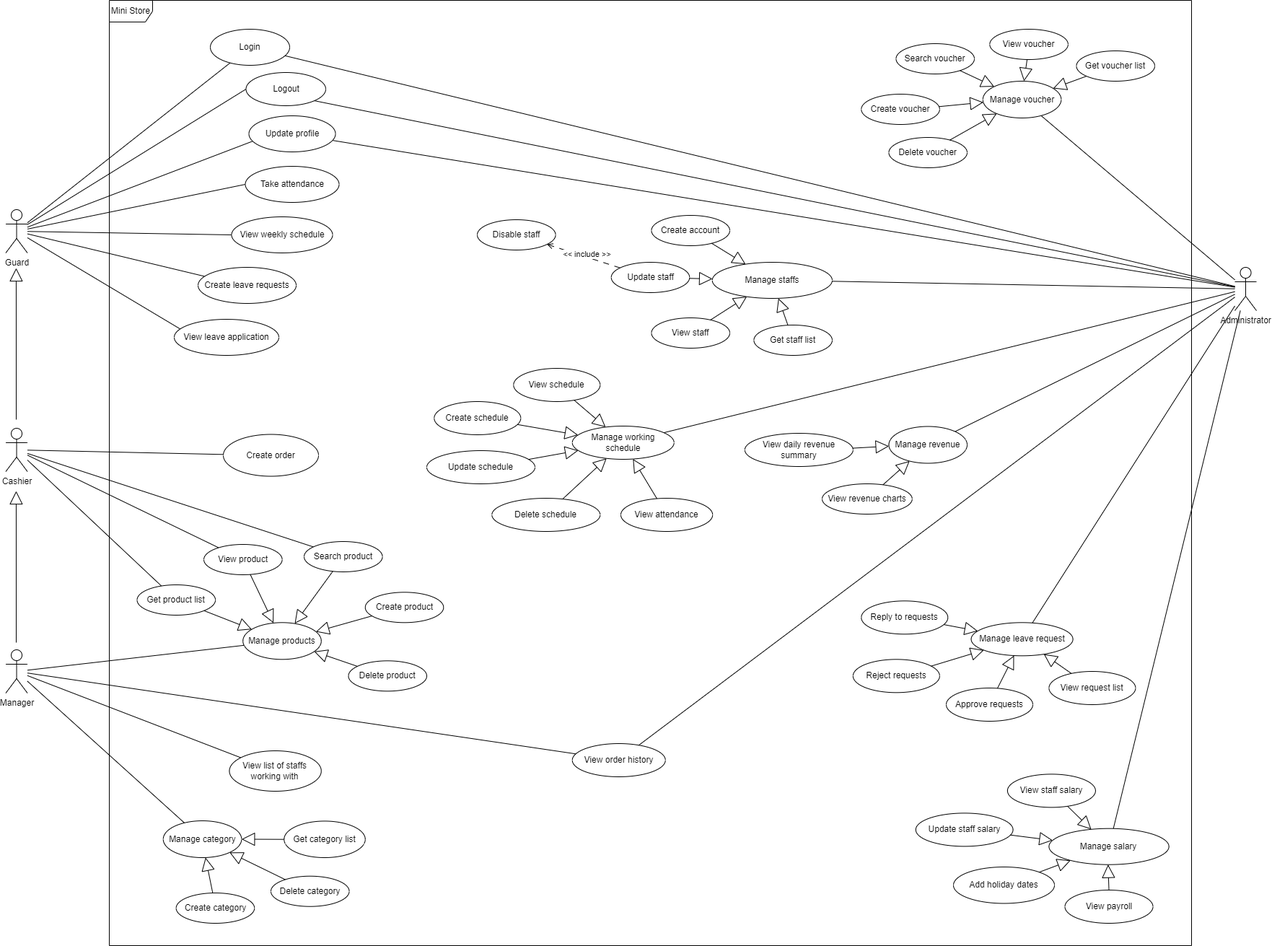
Earlier version of the draw.io export diagram/usecase.png (HieuNghia0000/SWP-Team-3). Source tidied: cells renumbered, new cells last; positions are measured from the earlier drawing's top-left corner, leaving out a move shared by most shapes.
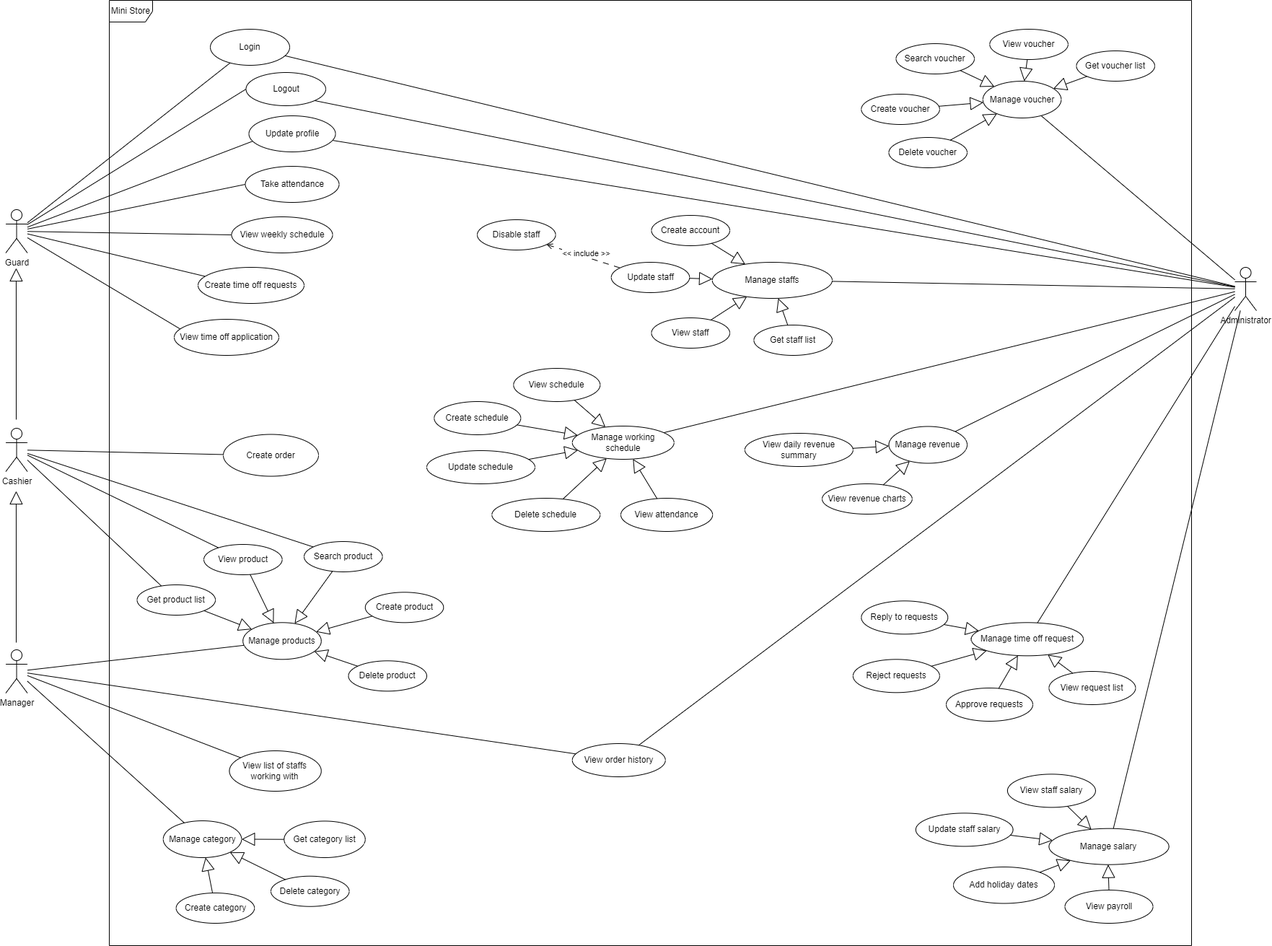
Later version of the same file.

What changed in the source:
```diff
@@ -62,13 +62,13 @@
     <mxCell id="21" style="rounded=0;jettySize=auto;html=1;endArrow=none;endFill=0;exitX=0.064;exitY=0.248;exitDx=0;exitDy=0;exitPerimeter=0;" parent="1" edge="1" source="22" target="6">
       <mxGeometry relative="1" as="geometry" />
     </mxCell>
-    <mxCell id="22" value="Create leave requests" style="ellipse;whiteSpace=wrap;html=1;" parent="1" vertex="1">
-      <mxGeometry x="266" y="370" width="136" height="50" as="geometry" />
+    <mxCell id="22" value="Create time off requests" style="ellipse;whiteSpace=wrap;html=1;" parent="1" vertex="1">
+      <mxGeometry x="266" y="370" width="147" height="50" as="geometry" />
     </mxCell>
     <mxCell id="23" style="rounded=0;jettySize=auto;html=1;endArrow=none;endFill=0;exitX=0.067;exitY=0.286;exitDx=0;exitDy=0;exitPerimeter=0;" parent="1" edge="1" source="24" target="6">
       <mxGeometry relative="1" as="geometry" />
     </mxCell>
-    <mxCell id="24" value="View leave application" style="ellipse;whiteSpace=wrap;html=1;" parent="1" vertex="1">
+    <mxCell id="24" value="View time off application" style="ellipse;whiteSpace=wrap;html=1;" parent="1" vertex="1">
       <mxGeometry x="233" y="442" width="145" height="50" as="geometry" />
     </mxCell>
     <mxCell id="25" style="rounded=0;jettySize=auto;html=1;endArrow=none;endFill=0;" parent="1" edge="1" source="26" target="90">
@@ -221,8 +221,8 @@
     <mxCell id="73" style="endArrow=block;endSize=16;endFill=0;html=1;rounded=0;" parent="1" edge="1" source="72" target="65">
       <mxGeometry relative="1" as="geometry" />
     </mxCell>
-    <mxCell id="74" value="Manage leave request" style="ellipse;whiteSpace=wrap;html=1;" parent="1" vertex="1">
-      <mxGeometry x="1337.6" y="862.3" width="141" height="46" as="geometry" />
+    <mxCell id="74" value="Manage time off request" style="ellipse;whiteSpace=wrap;html=1;" parent="1" vertex="1">
+      <mxGeometry x="1337.6" y="862.3" width="155.4" height="46" as="geometry" />
     </mxCell>
     <mxCell id="75" value="View request list" style="ellipse;whiteSpace=wrap;html=1;" parent="1" vertex="1">
       <mxGeometry x="1445.4" y="930" width="120" height="46" as="geometry" />
```
